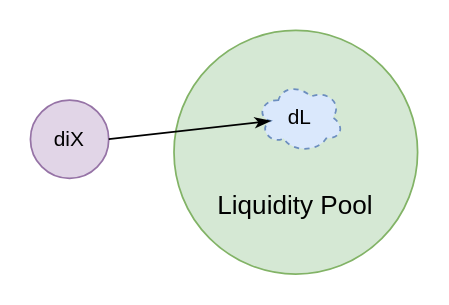
This is doc/indexing_problem/settlement_lp_tkn.drawio from defipy-devs/uniswappy, a draw.io file, before an edit. Source tidied: cells renumbered, new cells numbered last; positions are measured from the earlier drawing's top-left corner, leaving out a move shared by most shapes. Both pictures are drawn from the tidied source at 174%, with x=0, y=0 at pixel (30, 30).
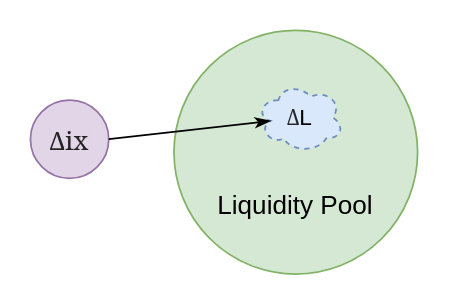
The same diagram, later.

The edit, as a diff of the source:
```diff
@@
 <mxGraphModel>
   <root>
     <mxCell id="0" />
     <mxCell id="1" parent="0" />
     <mxCell id="2" style="ellipse;whiteSpace=wrap;html=1;fillColor=#d5e8d4;strokeColor=#82b366;" parent="1" vertex="1">
       <mxGeometry x="82.5" width="140" height="140" as="geometry" />
     </mxCell>
-    <mxCell id="3" value="dL" style="ellipse;shape=cloud;whiteSpace=wrap;html=1;dashed=1;fillColor=#dae8fc;strokeColor=#6c8ebf;" parent="1" vertex="1">
+    <mxCell id="3" value="&lt;span style=&quot;color: rgb(36, 36, 36); font-family: source-serif-pro, Georgia, Cambria, &amp;quot;Times New Roman&amp;quot;, Times, serif; letter-spacing: -0.06px; text-align: start; background-color: rgb(218, 232, 252);&quot;&gt;&lt;font&gt;Δ&lt;/font&gt;&lt;/span&gt;&lt;font style=&quot;font-size: 13px;&quot;&gt;L&lt;/font&gt;" style="ellipse;shape=cloud;whiteSpace=wrap;html=1;dashed=1;fillColor=#dae8fc;strokeColor=#6c8ebf;" parent="1" vertex="1">
       <mxGeometry x="130" y="30" width="50" height="40" as="geometry" />
     </mxCell>
-    <mxCell id="4" value="diX" style="ellipse;whiteSpace=wrap;html=1;fillColor=#e1d5e7;strokeColor=#9673a6;" parent="1" vertex="1">
+    <mxCell id="4" value="&lt;font style=&quot;font-size: 15px;&quot;&gt;&lt;span style=&quot;color: rgb(36, 36, 36); font-family: source-serif-pro, Georgia, Cambria, &amp;quot;Times New Roman&amp;quot;, Times, serif; letter-spacing: -0.06px; text-align: start; background-color: rgb(225, 213, 231);&quot;&gt;&lt;font style=&quot;&quot;&gt;Δ&lt;/font&gt;&lt;/span&gt;&lt;span style=&quot;color: rgb(36, 36, 36); font-family: source-serif-pro, Georgia, Cambria, &amp;quot;Times New Roman&amp;quot;, Times, serif; letter-spacing: -0.06px; text-align: start; background-color: rgb(225, 213, 231);&quot;&gt;ix&lt;/span&gt;&lt;/font&gt;" style="ellipse;whiteSpace=wrap;html=1;fillColor=#e1d5e7;strokeColor=#9673a6;" parent="1" vertex="1">
       <mxGeometry y="40" width="45" height="45" as="geometry" />
     </mxCell>
     <mxCell id="5" style="endArrow=classicThin;html=1;rounded=0;entryX=0.16;entryY=0.55;entryDx=0;entryDy=0;entryPerimeter=0;endFill=1;exitX=1;exitY=0.5;exitDx=0;exitDy=0;" parent="1" edge="1" source="4" target="3">
       <mxGeometry relative="1" as="geometry" />
     </mxCell>
     <mxCell id="6" value="&lt;font style=&quot;font-size: 15px;&quot;&gt;Liquidity Pool&lt;/font&gt;" style="text;html=1;strokeColor=none;fillColor=none;align=center;verticalAlign=middle;whiteSpace=wrap;rounded=0;" parent="1" vertex="1">
       <mxGeometry x="86.2" y="80" width="132.5" height="40" as="geometry" />
     </mxCell>
   </root>
 </mxGraphModel>
```
